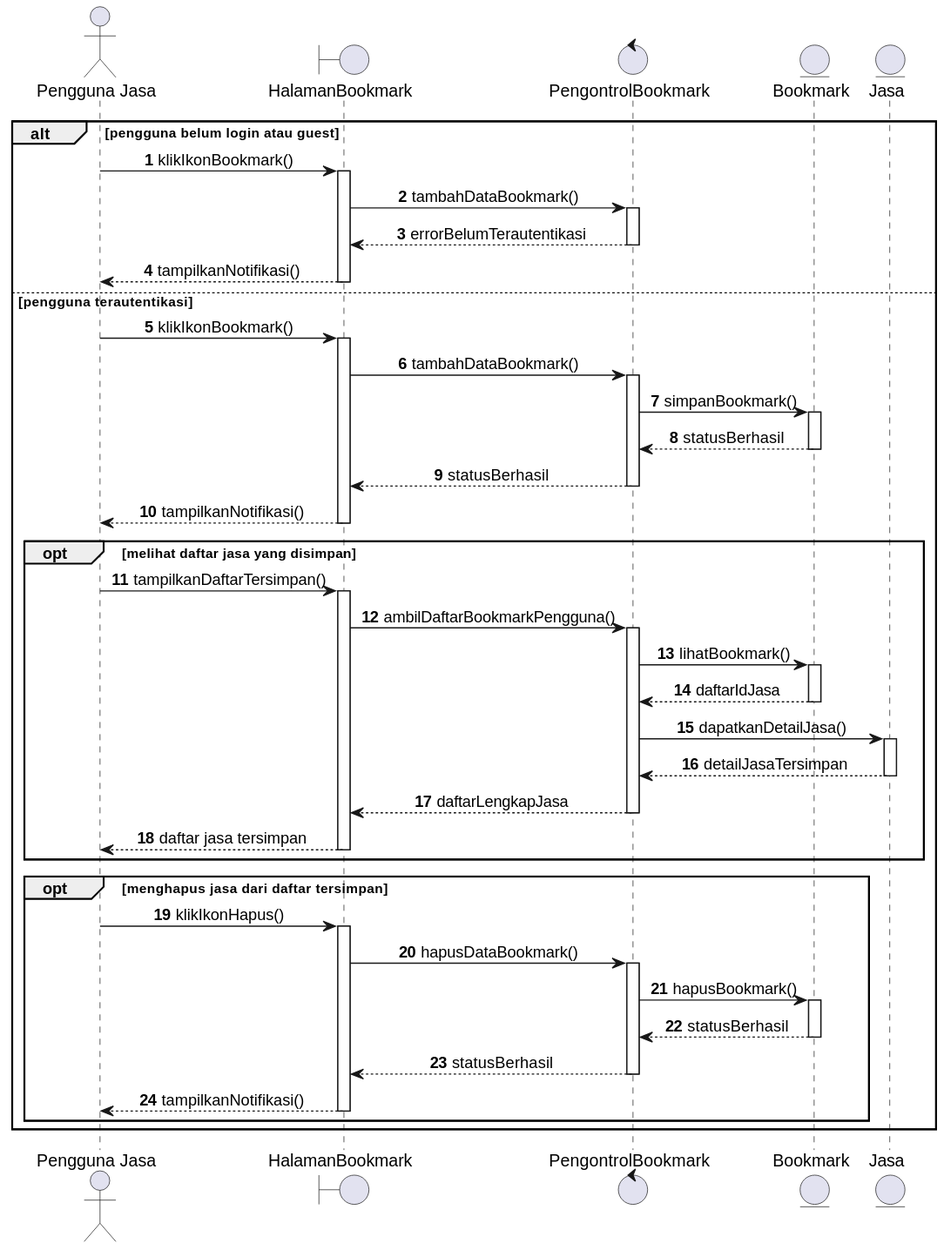
Before: docs/M7/assets/diagram/diagram-uc7.svg, a diagram exported from PlantUML (EdwTorch/IF2150-RPL-K01-G03). Source of this version:
```plantuml
@startuml
autonumber
skinparam sequenceMessageAlign center

actor "Pengguna Jasa" as PJ
boundary "HalamanBookmark" as HalBookmark
control "PengontrolBookmark" as Controller
entity "Bookmark" as Bookmark
entity "Jasa" as Jasa

alt pengguna belum login atau guest
    PJ -> HalBookmark : klikIkonBookmark()
    activate HalBookmark

    HalBookmark -> Controller : tambahDataBookmark()
    activate Controller
    Controller --> HalBookmark : errorBelumTerautentikasi
    deactivate Controller

    HalBookmark --> PJ : tampilkanNotifikasi()
    deactivate HalBookmark
else pengguna terautentikasi
    PJ -> HalBookmark : klikIkonBookmark()
    activate HalBookmark

    HalBookmark -> Controller : tambahDataBookmark()
    activate Controller

    Controller -> Bookmark : simpanBookmark()
    activate Bookmark
    Bookmark --> Controller : statusBerhasil
    deactivate Bookmark

    Controller --> HalBookmark : statusBerhasil
    deactivate Controller
    HalBookmark --> PJ : tampilkanNotifikasi()
    deactivate HalBookmark

    opt melihat daftar jasa yang disimpan
        PJ -> HalBookmark : tampilkanDaftarTersimpan()
        activate HalBookmark

        HalBookmark -> Controller : ambilDaftarBookmarkPengguna()
        activate Controller

        Controller -> Bookmark : lihatBookmark()
        activate Bookmark
        Bookmark --> Controller : daftarIdJasa
        deactivate Bookmark

        Controller -> Jasa : dapatkanDetailJasa()
        activate Jasa
        Jasa --> Controller : detailJasaTersimpan
        deactivate Jasa

        Controller --> HalBookmark : daftarLengkapJasa
        deactivate Controller
        HalBookmark --> PJ : daftar jasa tersimpan
        deactivate HalBookmark
    end

    opt menghapus jasa dari daftar tersimpan
        PJ -> HalBookmark : klikIkonHapus()
        activate HalBookmark

        HalBookmark -> Controller : hapusDataBookmark()
        activate Controller

        Controller -> Bookmark : hapusBookmark()
        activate Bookmark
        Bookmark --> Controller : statusBerhasil
        deactivate Bookmark

        Controller --> HalBookmark : statusBerhasil
        deactivate Controller
        HalBookmark --> PJ : tampilkanNotifikasi()
        deactivate HalBookmark
    end
end
@enduml
```
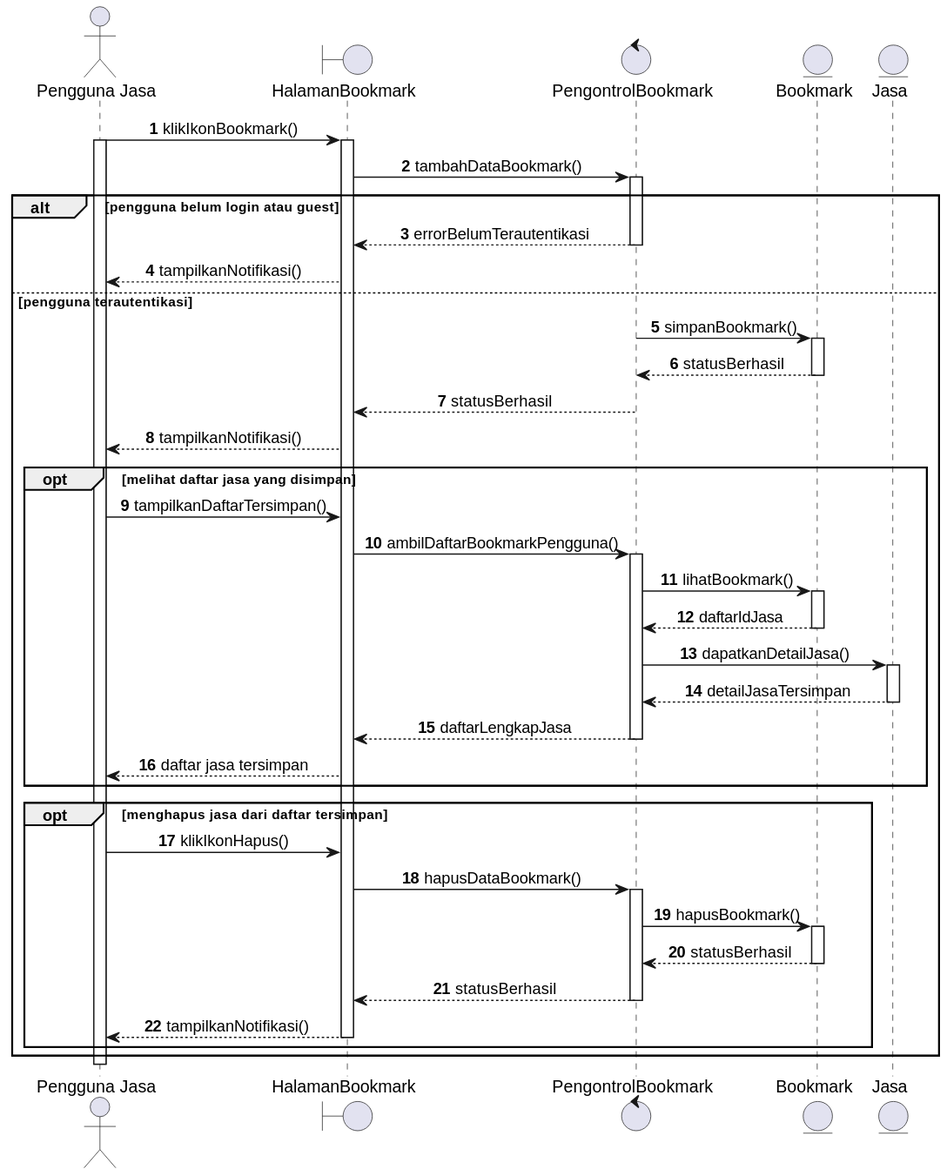
After the change.

Commit message:
refactor: revisi sequence diagram

Diff of the diagram source:
```diff
@@ -8,24 +8,18 @@
 entity "Bookmark" as Bookmark
 entity "Jasa" as Jasa
 
+PJ -> HalBookmark : klikIkonBookmark()
+activate PJ
+activate HalBookmark
+
+HalBookmark -> Controller : tambahDataBookmark()
+activate Controller
+
 alt pengguna belum login atau guest
-    PJ -> HalBookmark : klikIkonBookmark()
-    activate HalBookmark
-
-    HalBookmark -> Controller : tambahDataBookmark()
-    activate Controller
     Controller --> HalBookmark : errorBelumTerautentikasi
     deactivate Controller
-
     HalBookmark --> PJ : tampilkanNotifikasi()
-    deactivate HalBookmark
 else pengguna terautentikasi
-    PJ -> HalBookmark : klikIkonBookmark()
-    activate HalBookmark
-
-    HalBookmark -> Controller : tambahDataBookmark()
-    activate Controller
-
     Controller -> Bookmark : simpanBookmark()
     activate Bookmark
     Bookmark --> Controller : statusBerhasil
@@ -34,11 +28,9 @@
     Controller --> HalBookmark : statusBerhasil
     deactivate Controller
     HalBookmark --> PJ : tampilkanNotifikasi()
-    deactivate HalBookmark
 
     opt melihat daftar jasa yang disimpan
         PJ -> HalBookmark : tampilkanDaftarTersimpan()
-        activate HalBookmark
 
         HalBookmark -> Controller : ambilDaftarBookmarkPengguna()
         activate Controller
@@ -56,12 +48,10 @@
         Controller --> HalBookmark : daftarLengkapJasa
         deactivate Controller
         HalBookmark --> PJ : daftar jasa tersimpan
-        deactivate HalBookmark
     end
 
     opt menghapus jasa dari daftar tersimpan
         PJ -> HalBookmark : klikIkonHapus()
-        activate HalBookmark
 
         HalBookmark -> Controller : hapusDataBookmark()
         activate Controller
@@ -77,4 +67,6 @@
         deactivate HalBookmark
     end
 end
+
+deactivate PJ
 @enduml
```
